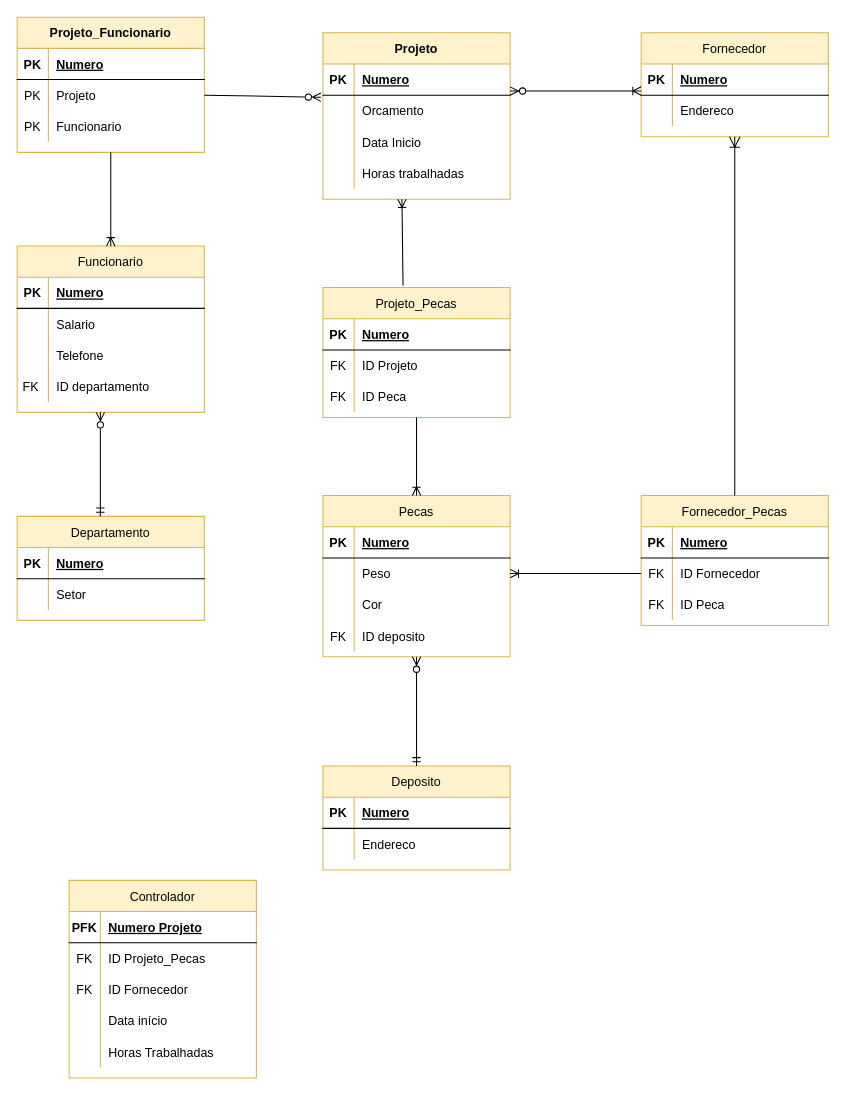
Earlier version of the draw.io diagram page "E2-industria-LOGICO" (3 of 3) of guardar/materiais/4-bancodedados/Exercicios/Lista1.drawio (cunhanai/entra21-java). Source tidied: cells renumbered, new cells numbered last; positions are measured from the earlier drawing's top-left corner, leaving out a move shared by most shapes. Both pictures are drawn from the tidied source at 104%, with x=0, y=0 at pixel (17, 17).
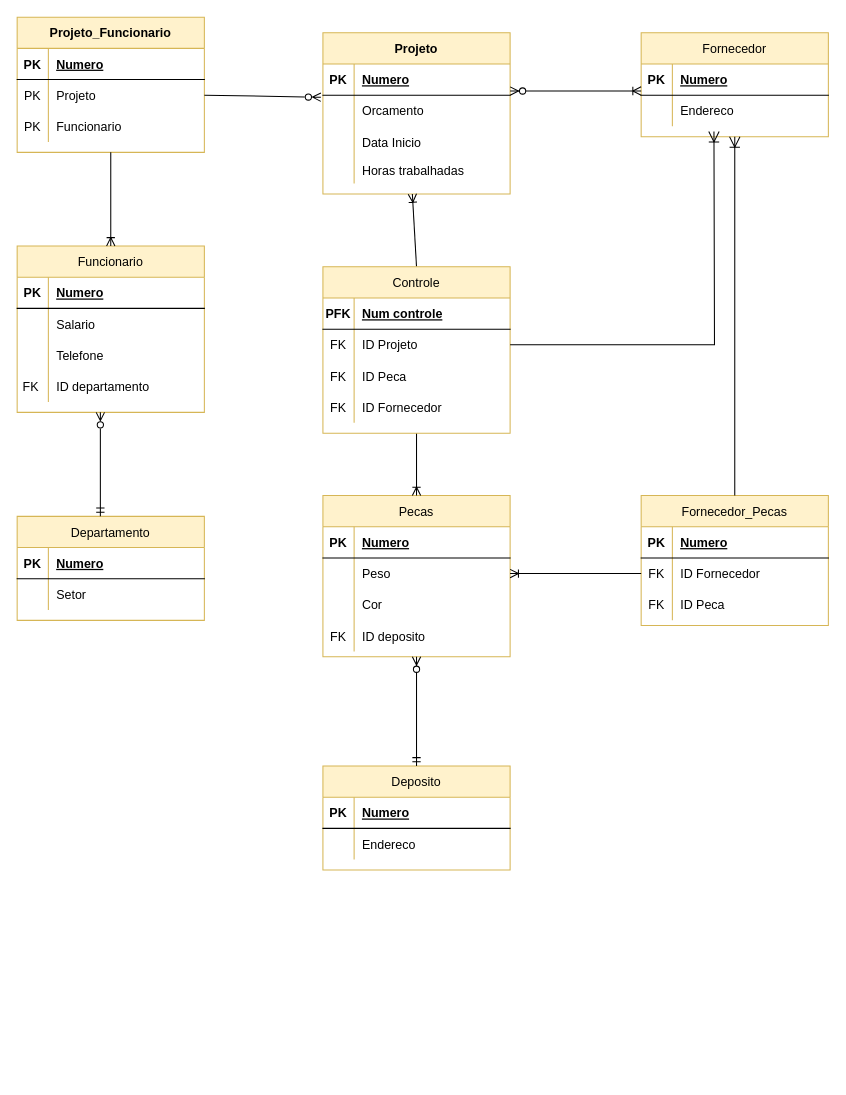
The same diagram, later.

Unchanged cells that the change refers to:
```xml
<mxCell id="35" value="Pecas" style="shape=table;startSize=30;childLayout=tableLayout;rowLines=0;fontStyle=0;align=center;fillColor=#fff2cc;strokeColor=#d6b656;" parent="1" vertex="1">
  <mxGeometry x="294" y="460" width="180" height="155" as="geometry" />
</mxCell>
<mxCell id="102" style="shape=tableRow;horizontal=0;startSize=0;swimlaneHead=0;swimlaneBody=0;fillColor=none;top=0;left=0;right=0;bottom=1;" parent="101" vertex="1">
  <mxGeometry y="30" width="180" height="30" as="geometry" />
</mxCell>
<mxCell id="105" style="shape=tableRow;horizontal=0;startSize=0;swimlaneHead=0;swimlaneBody=0;fillColor=none;points=[[0,0.5],[1,0.5]];portConstraint=eastwest;top=0;left=0;right=0;bottom=0;" parent="101" vertex="1">
  <mxGeometry y="60" width="180" height="30" as="geometry" />
</mxCell>
<mxCell id="108" style="shape=tableRow;horizontal=0;startSize=0;swimlaneHead=0;swimlaneBody=0;fillColor=none;top=0;left=0;right=0;bottom=0;" parent="101" vertex="1">
  <mxGeometry y="90" width="180" height="30" as="geometry" />
</mxCell>
<mxCell id="111" style="shape=tableRow;horizontal=0;startSize=0;swimlaneHead=0;swimlaneBody=0;fillColor=none;top=0;left=0;right=0;bottom=0;" parent="101" vertex="1">
  <mxGeometry y="120" width="180" height="30" as="geometry" />
</mxCell>
```

The edit, as a diff of the source:
```diff
@@
     <mxCell id="15" value="Projeto" style="shape=table;startSize=30;childLayout=tableLayout;rowLines=0;fontStyle=1;align=center;fillColor=#fff2cc;strokeColor=#d6b656;" parent="1" vertex="1">
-      <mxGeometry x="294" y="15" width="180" height="160" as="geometry" />
+      <mxGeometry x="294" y="15" width="180" height="155" as="geometry" />
     </mxCell>
@@
     <mxCell id="25" style="shape=tableRow;horizontal=0;startSize=0;swimlaneHead=0;swimlaneBody=0;fillColor=none;top=0;left=0;right=0;bottom=0;" parent="15" vertex="1">
-      <mxGeometry y="120" width="180" height="30" as="geometry" />
+      <mxGeometry y="120" width="180" height="25" as="geometry" />
     </mxCell>
     <mxCell id="26" style="shape=partialRectangle;fillColor=none;top=0;left=0;bottom=0;right=0;overflow=hidden;" parent="25" vertex="1">
-      <mxGeometry width="30" height="30" as="geometry" />
+      <mxGeometry width="30" height="25" as="geometry" />
     </mxCell>
     <mxCell id="27" value="Horas trabalhadas" style="shape=partialRectangle;fillColor=none;top=0;left=0;bottom=0;right=0;align=left;spacingLeft=6;overflow=hidden;" parent="25" vertex="1">
-      <mxGeometry x="30" width="150" height="30" as="geometry" />
+      <mxGeometry x="30" width="150" height="25" as="geometry" />
     </mxCell>
@@
-    <mxCell id="76" value="Projeto_Pecas" style="shape=table;startSize=30;childLayout=tableLayout;rowLines=0;fontStyle=0;align=center;fillColor=#fff2cc;strokeColor=#d6b656;" parent="1" vertex="1">
-      <mxGeometry x="294" y="260" width="180" height="125" as="geometry" />
-    </mxCell>
-    <mxCell id="77" style="shape=tableRow;horizontal=0;startSize=0;swimlaneHead=0;swimlaneBody=0;fillColor=none;top=0;left=0;right=0;bottom=1;" parent="76" vertex="1">
-      <mxGeometry y="30" width="180" height="30" as="geometry" />
-    </mxCell>
-    <mxCell id="78" value="PK" style="shape=partialRectangle;fillColor=none;top=0;left=0;bottom=0;right=0;fontStyle=1;overflow=hidden;" parent="77" vertex="1">
-      <mxGeometry width="30" height="30" as="geometry" />
-    </mxCell>
-    <mxCell id="79" value="Numero" style="shape=partialRectangle;fillColor=none;top=0;left=0;bottom=0;right=0;align=left;spacingLeft=6;fontStyle=5;overflow=hidden;" parent="77" vertex="1">
-      <mxGeometry x="30" width="150" height="30" as="geometry" />
-    </mxCell>
-    <mxCell id="80" style="shape=tableRow;horizontal=0;startSize=0;swimlaneHead=0;swimlaneBody=0;fillColor=none;top=0;left=0;right=0;bottom=0;" parent="76" vertex="1">
-      <mxGeometry y="60" width="180" height="30" as="geometry" />
-    </mxCell>
-    <mxCell id="81" value="FK" style="shape=partialRectangle;fillColor=none;top=0;left=0;bottom=0;right=0;overflow=hidden;" parent="80" vertex="1">
-      <mxGeometry width="30" height="30" as="geometry" />
-    </mxCell>
-    <mxCell id="82" value="ID Projeto" style="shape=partialRectangle;fillColor=none;top=0;left=0;bottom=0;right=0;align=left;spacingLeft=6;overflow=hidden;" parent="80" vertex="1">
-      <mxGeometry x="30" width="150" height="30" as="geometry" />
-    </mxCell>
-    <mxCell id="83" style="shape=tableRow;horizontal=0;startSize=0;swimlaneHead=0;swimlaneBody=0;fillColor=none;top=0;left=0;right=0;bottom=0;" parent="76" vertex="1">
-      <mxGeometry y="90" width="180" height="30" as="geometry" />
-    </mxCell>
-    <mxCell id="84" value="FK" style="shape=partialRectangle;fillColor=none;top=0;left=0;bottom=0;right=0;overflow=hidden;" parent="83" vertex="1">
-      <mxGeometry width="30" height="30" as="geometry" />
-    </mxCell>
-    <mxCell id="85" value="ID Peca" style="shape=partialRectangle;fillColor=none;top=0;left=0;bottom=0;right=0;align=left;spacingLeft=6;overflow=hidden;" parent="83" vertex="1">
-      <mxGeometry x="30" width="150" height="30" as="geometry" />
-    </mxCell>
-    <mxCell id="86" style="fontSize=12;html=1;endArrow=ERoneToMany;rounded=0;entryX=0.5;entryY=0;entryDx=0;entryDy=0;exitX=0.5;exitY=1;exitDx=0;exitDy=0;" parent="1" edge="1" source="76" target="35">
+    <mxCell id="86" style="fontSize=12;html=1;endArrow=ERoneToMany;rounded=0;entryX=0.5;entryY=0;entryDx=0;entryDy=0;exitX=0.5;exitY=1;exitDx=0;exitDy=0;" parent="1" edge="1" source="101" target="35">
       <mxGeometry relative="1" as="geometry" />
     </mxCell>
@@
-    <mxCell id="99" style="fontSize=12;html=1;endArrow=ERoneToMany;rounded=0;exitX=0.428;exitY=-0.016;exitDx=0;exitDy=0;exitPerimeter=0;" parent="1" edge="1" source="76">
+    <mxCell id="99" style="fontSize=12;html=1;endArrow=ERoneToMany;rounded=0;exitX=0.5;exitY=0;exitDx=0;exitDy=0;" parent="1" edge="1" source="101">
       <mxGeometry relative="1" as="geometry">
-        <mxPoint x="370" y="175" as="targetPoint" />
+        <mxPoint x="380" y="170" as="targetPoint" />
       </mxGeometry>
     </mxCell>
@@
-    <mxCell id="101" value="Controlador" style="shape=table;startSize=30;childLayout=tableLayout;rowLines=0;fontStyle=0;align=center;fillColor=#fff2cc;strokeColor=#d6b656;" parent="1" vertex="1">
-      <mxGeometry x="50" y="830" width="180" height="190" as="geometry" />
+    <mxCell id="101" value="Controle" style="shape=table;startSize=30;childLayout=tableLayout;rowLines=0;fontStyle=0;align=center;fillColor=#fff2cc;strokeColor=#d6b656;" parent="1" vertex="1">
+      <mxGeometry x="294" y="240" width="180" height="160" as="geometry" />
     </mxCell>
@@
-    <mxCell id="104" value="Numero Projeto" style="shape=partialRectangle;fillColor=none;top=0;left=0;bottom=0;right=0;align=left;spacingLeft=6;fontStyle=5;overflow=hidden;" parent="102" vertex="1">
+    <mxCell id="104" value="Num controle" style="shape=partialRectangle;fillColor=none;top=0;left=0;bottom=0;right=0;align=left;spacingLeft=6;fontStyle=5;overflow=hidden;" parent="102" vertex="1">
       <mxGeometry x="30" width="150" height="30" as="geometry" />
     </mxCell>
@@
-    <mxCell id="107" value="ID Projeto_Pecas" style="shape=partialRectangle;fillColor=none;top=0;left=0;bottom=0;right=0;align=left;spacingLeft=6;overflow=hidden;" parent="105" vertex="1">
+    <mxCell id="107" value="ID Projeto" style="shape=partialRectangle;fillColor=none;top=0;left=0;bottom=0;right=0;align=left;spacingLeft=6;overflow=hidden;" parent="105" vertex="1">
       <mxGeometry x="30" width="150" height="30" as="geometry" />
     </mxCell>
@@
-    <mxCell id="110" value="ID Fornecedor" style="shape=partialRectangle;fillColor=none;top=0;left=0;bottom=0;right=0;align=left;spacingLeft=6;overflow=hidden;" parent="108" vertex="1">
+    <mxCell id="110" value="ID Peca" style="shape=partialRectangle;fillColor=none;top=0;left=0;bottom=0;right=0;align=left;spacingLeft=6;overflow=hidden;" parent="108" vertex="1">
       <mxGeometry x="30" width="150" height="30" as="geometry" />
     </mxCell>
@@
-    <mxCell id="112" style="shape=partialRectangle;fillColor=none;top=0;left=0;bottom=0;right=0;overflow=hidden;" parent="111" vertex="1">
+    <mxCell id="112" value="FK" style="shape=partialRectangle;fillColor=none;top=0;left=0;bottom=0;right=0;overflow=hidden;" parent="111" vertex="1">
       <mxGeometry width="30" height="30" as="geometry" />
     </mxCell>
-    <mxCell id="113" value="Data início" style="shape=partialRectangle;fillColor=none;top=0;left=0;bottom=0;right=0;align=left;spacingLeft=6;overflow=hidden;" parent="111" vertex="1">
+    <mxCell id="113" value="ID Fornecedor" style="shape=partialRectangle;fillColor=none;top=0;left=0;bottom=0;right=0;align=left;spacingLeft=6;overflow=hidden;" parent="111" vertex="1">
       <mxGeometry x="30" width="150" height="30" as="geometry" />
     </mxCell>
-    <mxCell id="114" style="shape=tableRow;horizontal=0;startSize=0;swimlaneHead=0;swimlaneBody=0;fillColor=none;top=0;left=0;right=0;bottom=0;" parent="101" vertex="1">
-      <mxGeometry y="150" width="180" height="30" as="geometry" />
-    </mxCell>
-    <mxCell id="115" style="shape=partialRectangle;fillColor=none;top=0;left=0;bottom=0;right=0;overflow=hidden;" parent="114" vertex="1">
-      <mxGeometry width="30" height="30" as="geometry" />
-    </mxCell>
-    <mxCell id="116" value="Horas Trabalhadas" style="shape=partialRectangle;fillColor=none;top=0;left=0;bottom=0;right=0;align=left;spacingLeft=6;overflow=hidden;" parent="114" vertex="1">
-      <mxGeometry x="30" width="150" height="30" as="geometry" />
-    </mxCell>
+    <mxCell id="117" style="fontSize=12;html=1;endArrow=ERoneToMany;rounded=0;startArrow=none;startFill=0;endSize=8;exitX=1;exitY=0.5;exitDx=0;exitDy=0;edgeStyle=orthogonalEdgeStyle;" parent="1" edge="1" source="105">
+      <mxGeometry relative="1" as="geometry">
+        <mxPoint x="670" y="110" as="targetPoint" />
+      </mxGeometry>
+    </mxCell>
```
